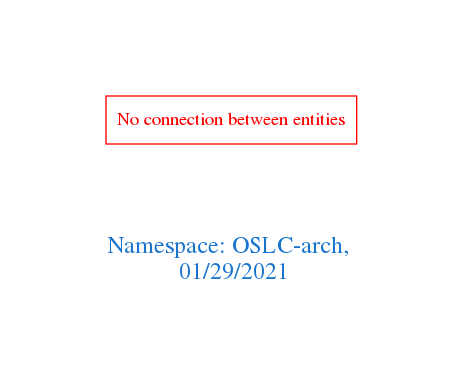
arago/OGIT keeps this Graphviz diagram as downloads/OSLC-arch.png. Above is the earlier version. Its source is kept beside it as downloads/OSLC-arch.dot.
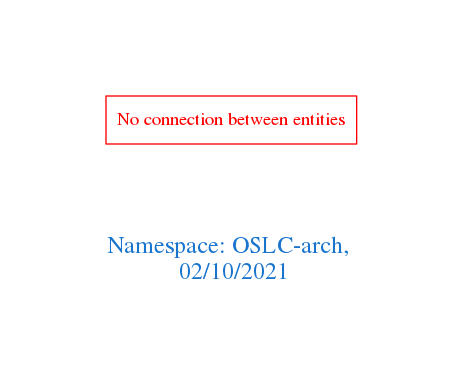
After the change.

Change to the diagram source:
```diff
@@ -1,7 +1,7 @@
 digraph OGIT_ontology {
  graph [ rankdir= LR,pad=1
 fontsize = 18,
-fontcolor= dodgerblue3,label = "\n\n\nNamespace: OSLC-arch, \n 01/29/2021"];
+fontcolor= dodgerblue3,label = "\n\n\nNamespace: OSLC-arch, \n 02/10/2021"];
 node[shape=polygon];
 edge [  color="gray81"];
 
```
